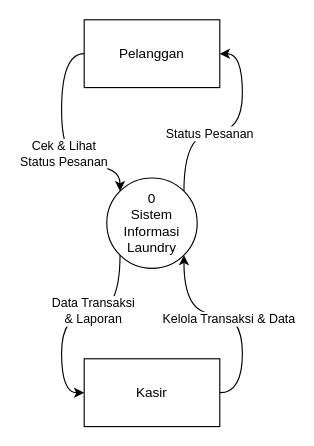
Earlier version of the draw.io diagram DFD0.drawio (xnoname2003/flowchart). Source tidied: cells renumbered, new cells numbered last; positions are measured from the earlier drawing's top-left corner, leaving out a move shared by most shapes. Both pictures are drawn from the tidied source at 113%, with x=0, y=0 at pixel (61, 19).
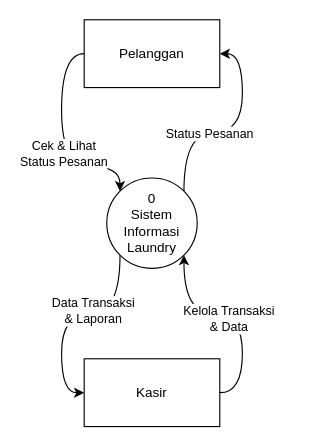
After the change.

The edit, as a diff of the source:
```diff
@@
 <mxGraphModel>
   <root>
     <mxCell id="0" />
     <mxCell id="1" parent="0" />
     <mxCell id="2" style="edgeStyle=orthogonalEdgeStyle;rounded=0;jettySize=auto;html=1;exitX=0;exitY=0.5;exitDx=0;exitDy=0;entryX=0;entryY=0;entryDx=0;entryDy=0;curved=1;" parent="1" edge="1" source="4" target="12">
       <mxGeometry relative="1" as="geometry">
         <Array as="points">
           <mxPoint y="30" />
           <mxPoint y="130" />
           <mxPoint x="52" y="130" />
         </Array>
       </mxGeometry>
     </mxCell>
     <mxCell id="3" value="Cek &amp;amp; Lihat&lt;br&gt;Status Pesanan" style="edgeLabel;html=1;align=center;verticalAlign=middle;" parent="2" vertex="1">
       <mxGeometry x="0.12" y="1" relative="1" as="geometry" />
     </mxCell>
     <mxCell id="4" value="Pelanggan" style="rounded=0;whiteSpace=wrap;html=1;" parent="1" vertex="1">
       <mxGeometry x="20" width="120" height="60" as="geometry" />
     </mxCell>
     <mxCell id="5" style="edgeStyle=orthogonalEdgeStyle;shape=connector;curved=1;rounded=0;jettySize=auto;html=1;exitX=1;exitY=0.5;exitDx=0;exitDy=0;entryX=1;entryY=1;entryDx=0;entryDy=0;strokeColor=default;align=center;verticalAlign=middle;fontFamily=Helvetica;fontSize=11;fontColor=default;labelBackgroundColor=default;endArrow=classic;" parent="1" edge="1" source="7" target="12">
       <mxGeometry relative="1" as="geometry" />
     </mxCell>
-    <mxCell id="6" value="Kelola Transaksi &amp;amp; Data" style="edgeLabel;html=1;align=center;verticalAlign=middle;fontFamily=Helvetica;fontSize=11;fontColor=default;labelBackgroundColor=default;" parent="5" vertex="1">
+    <mxCell id="6" value="Kelola Transaksi&lt;br&gt;&amp;amp; Data" style="edgeLabel;html=1;align=center;verticalAlign=middle;fontFamily=Helvetica;fontSize=11;fontColor=default;labelBackgroundColor=default;" parent="5" vertex="1">
       <mxGeometry x="0.07" y="4" relative="1" as="geometry" />
     </mxCell>
     <mxCell id="7" value="Kasir" style="rounded=0;whiteSpace=wrap;html=1;" parent="1" vertex="1">
       <mxGeometry x="20" y="300" width="120" height="60" as="geometry" />
     </mxCell>
     <mxCell id="8" style="edgeStyle=orthogonalEdgeStyle;rounded=0;jettySize=auto;html=1;exitX=1;exitY=0;exitDx=0;exitDy=0;entryX=1;entryY=0.5;entryDx=0;entryDy=0;curved=1;" parent="1" edge="1" source="12" target="4">
       <mxGeometry relative="1" as="geometry" />
     </mxCell>
     <mxCell id="9" value="Status Pesanan" style="edgeLabel;html=1;align=center;verticalAlign=middle;fontFamily=Helvetica;fontSize=11;fontColor=default;labelBackgroundColor=default;" parent="8" vertex="1">
       <mxGeometry x="-0.23" relative="1" as="geometry" />
     </mxCell>
     <mxCell id="10" style="edgeStyle=orthogonalEdgeStyle;shape=connector;curved=1;rounded=0;jettySize=auto;html=1;exitX=0;exitY=1;exitDx=0;exitDy=0;entryX=0;entryY=0.5;entryDx=0;entryDy=0;strokeColor=default;align=center;verticalAlign=middle;fontFamily=Helvetica;fontSize=11;fontColor=default;labelBackgroundColor=default;endArrow=classic;" parent="1" edge="1" source="12" target="7">
       <mxGeometry relative="1" as="geometry" />
     </mxCell>
     <mxCell id="11" value="Data Transaksi&lt;br&gt;&amp;amp; Laporan" style="edgeLabel;html=1;align=center;verticalAlign=middle;fontFamily=Helvetica;fontSize=11;fontColor=default;labelBackgroundColor=default;" parent="10" vertex="1">
       <mxGeometry x="-0.21" y="-3" relative="1" as="geometry" />
     </mxCell>
     <mxCell id="12" value="0&lt;br&gt;Sistem Informasi Laundry" style="ellipse;whiteSpace=wrap;html=1;" parent="1" vertex="1">
       <mxGeometry x="40" y="140" width="80" height="80" as="geometry" />
     </mxCell>
   </root>
 </mxGraphModel>
```
